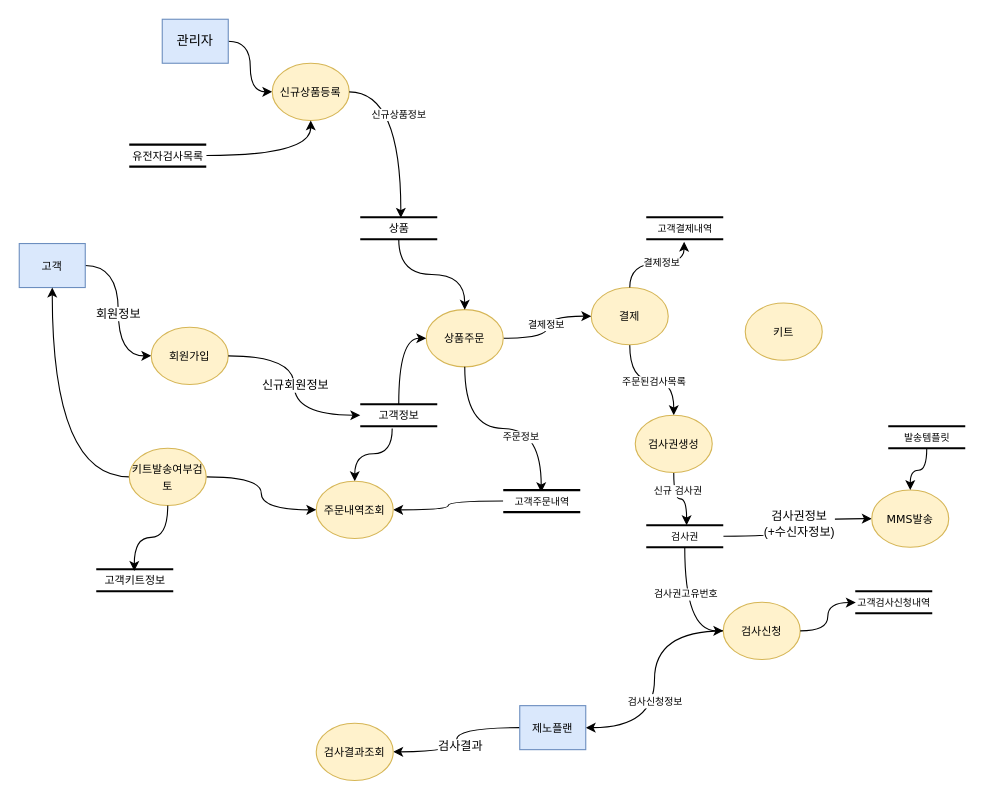
Before: DFD_제노플랜.drawio in k3srpn/Architecture, a draw.io diagram. Source tidied: cells renumbered, new cells numbered last; positions are measured from the earlier drawing's top-left corner, leaving out a move shared by most shapes. Both pictures are drawn from the tidied source at 110%, with x=0, y=0 at pixel (19, 19).
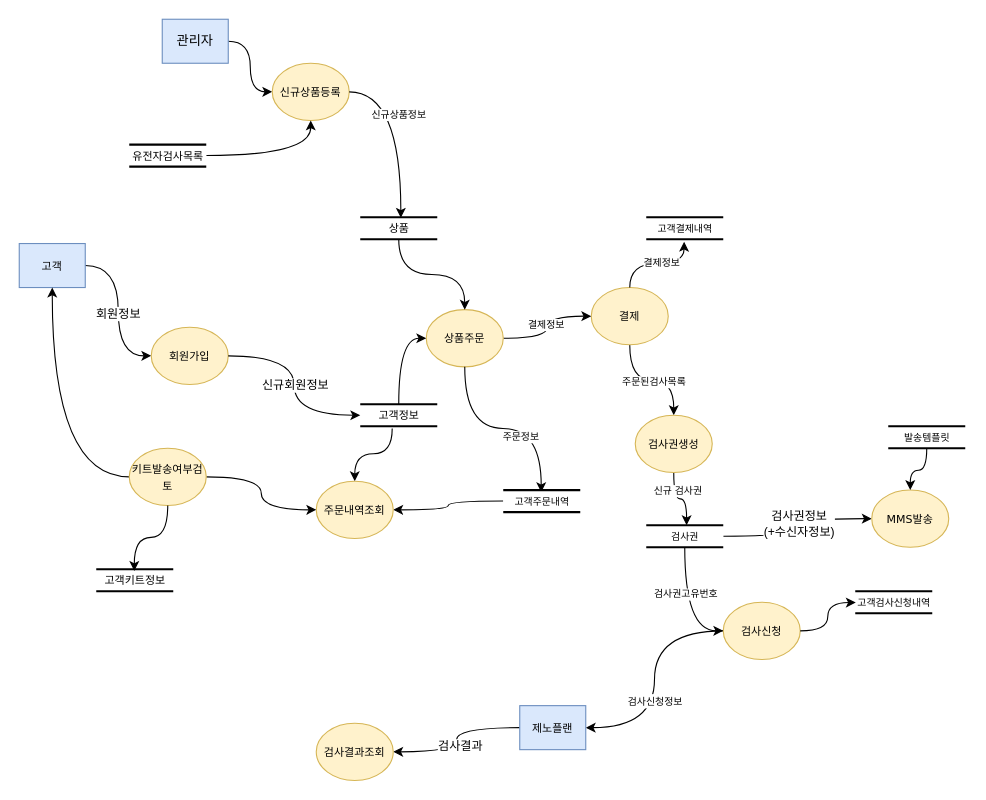
The same diagram, later.

Commit message:
키트 프로세스 삭제

Change to the diagram source:
```diff
@@
-    <mxCell id="54" value="&lt;span style=&quot;font-size: 10px;&quot;&gt;키트&lt;/span&gt;" style="ellipse;whiteSpace=wrap;html=1;rounded=1;shadow=0;comic=0;labelBackgroundColor=none;strokeWidth=1;fontFamily=Verdana;fontSize=12;align=center;fillColor=#fff2cc;strokeColor=#d6b656;" parent="1" vertex="1">
-      <mxGeometry x="660" y="258" width="70" height="52" as="geometry" />
-    </mxCell>
```
